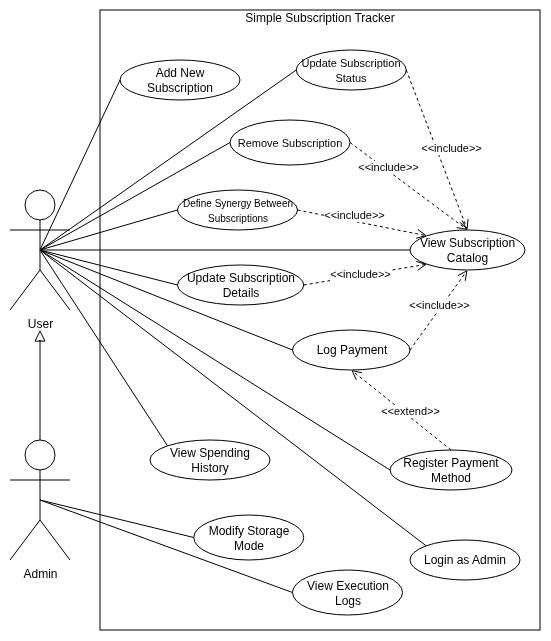
pedlobs/sst keeps this draw.io diagram as docs/diagrams/Use Case Diagram.drawio.png. Above is the earlier version. Source tidied: cells renumbered, new cells last; positions are measured from the earlier drawing's top-left corner, leaving out a move shared by most shapes.
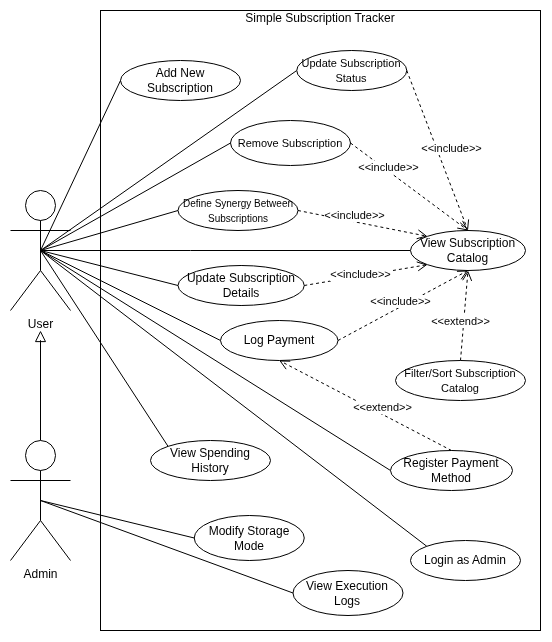
The same diagram one commit later.

Diff of the diagram source:
```diff
@@ -100,7 +100,7 @@
       <mxGeometry x="-0.1" y="-7" relative="1" as="geometry" />
     </mxCell>
     <mxCell id="31" value="Log Payment" style="ellipse;whiteSpace=wrap;html=1;" parent="1" vertex="1">
-      <mxGeometry x="282.5" y="320" width="117.5" height="40" as="geometry" />
+      <mxGeometry x="210" y="310" width="117.5" height="40" as="geometry" />
     </mxCell>
     <mxCell id="32" value="&amp;lt;&amp;lt;include&amp;gt;&amp;gt;" style="html=1;verticalAlign=bottom;endArrow=open;dashed=1;endSize=8;curved=0;rounded=0;exitX=1;exitY=0.5;exitDx=0;exitDy=0;entryX=0.5;entryY=1;entryDx=0;entryDy=0;" parent="1" edge="1" source="31" target="21">
       <mxGeometry x="-0.06" y="-3" relative="1" as="geometry" />
@@ -114,5 +114,11 @@
     <mxCell id="35" value="&amp;lt;&amp;lt;extend&amp;gt;&amp;gt;" style="html=1;verticalAlign=bottom;endArrow=open;dashed=1;endSize=8;curved=0;rounded=0;entryX=0.5;entryY=1;entryDx=0;entryDy=0;exitX=0.5;exitY=0;exitDx=0;exitDy=0;" parent="1" edge="1" source="33" target="31">
       <mxGeometry x="-0.21" y="2" relative="1" as="geometry" />
     </mxCell>
+    <mxCell id="36" value="&lt;div&gt;&lt;font style=&quot;font-size: 11px;&quot;&gt;Filter/Sort Subscription Catalog&lt;/font&gt;&lt;/div&gt;" style="ellipse;whiteSpace=wrap;html=1;" parent="1" vertex="1">
+      <mxGeometry x="385" y="350" width="130" height="40" as="geometry" />
+    </mxCell>
+    <mxCell id="37" value="&amp;lt;&amp;lt;extend&amp;gt;&amp;gt;" style="html=1;verticalAlign=bottom;endArrow=open;dashed=1;endSize=8;curved=0;rounded=0;exitX=0.5;exitY=0;exitDx=0;exitDy=0;entryX=0.5;entryY=1;entryDx=0;entryDy=0;" parent="1" edge="1" source="36" target="21">
+      <mxGeometry x="-0.34" y="2" relative="1" as="geometry" />
+    </mxCell>
   </root>
 </mxGraphModel>
```
